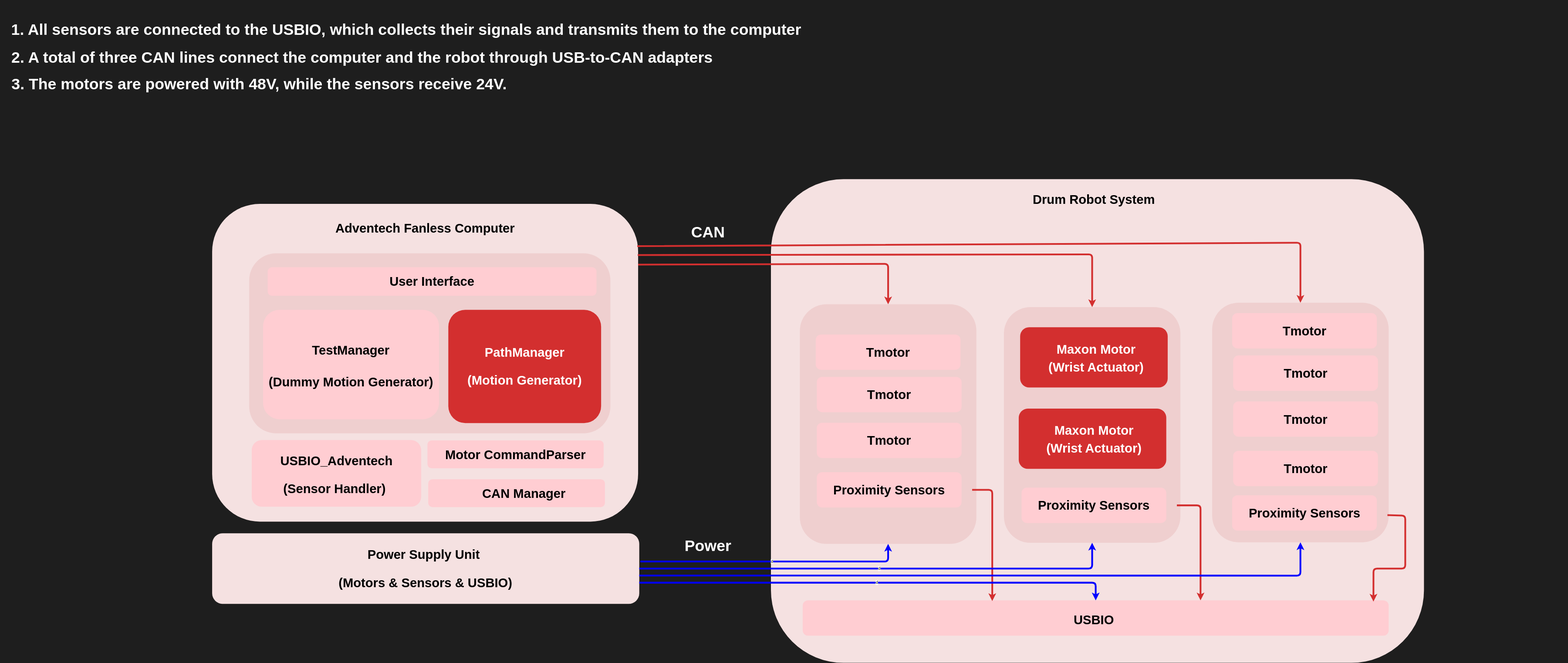
Earlier version of the draw.io export doc/svg/system_architecture.svg (KIST-delight-robotics/DrumRobot2). Source tidied: cells renumbered, new cells last; positions are measured from the earlier drawing's top-left corner, leaving out a move shared by most shapes.
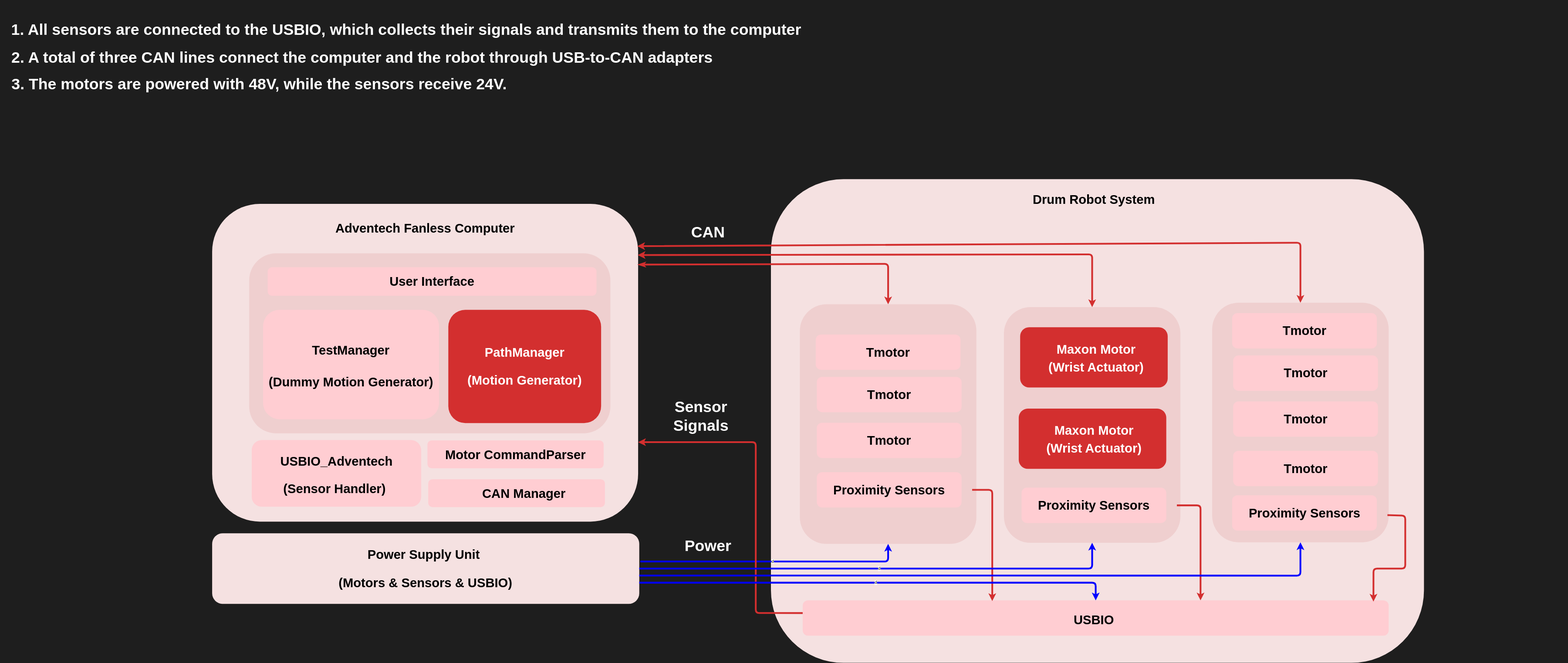
Later version of the same file.

Diff of the diagram source:
```diff
@@ -257,7 +257,7 @@
     <mxCell id="79" value="&lt;h1&gt;&lt;font style=&quot;color: rgb(255, 255, 255);&quot;&gt;(Motion Generator)&lt;/font&gt;&lt;/h1&gt;" style="text;html=1;align=center;verticalAlign=middle;whiteSpace=wrap;rounded=0;fontFamily=Helvetica;fontSize=18;fontColor=#FFFFFF;fillColor=none;labelBackgroundColor=none;labelBorderColor=none;textShadow=0;" parent="54" vertex="1">
       <mxGeometry x="657.1" y="317" width="456.8" height="100" as="geometry" />
     </mxCell>
-    <mxCell id="80" style="endArrow=classic;html=1;exitX=0.999;exitY=0.161;exitDx=0;exitDy=0;exitPerimeter=0;entryX=0.5;entryY=0;entryDx=0;entryDy=0;strokeWidth=5;strokeColor=light-dark(#d32f2f, #ededed);" parent="54" edge="1" target="9">
+    <mxCell id="80" style="endArrow=classic;html=1;exitX=0.999;exitY=0.161;exitDx=0;exitDy=0;exitPerimeter=0;entryX=0.5;entryY=0;entryDx=0;entryDy=0;strokeWidth=5;strokeColor=light-dark(#d32f2f, #ededed);startArrow=classicThin;startFill=1;" parent="54" edge="1" target="9">
       <mxGeometry relative="1" as="geometry">
         <mxPoint x="1206.7" y="39" as="sourcePoint" />
         <Array as="points">
@@ -268,14 +268,17 @@
     <mxCell id="81" value="&lt;h1&gt;&lt;font style=&quot;color: rgb(255, 255, 255); font-size: 44px;&quot;&gt;Power&lt;/font&gt;&lt;/h1&gt;" style="text;html=1;align=center;verticalAlign=middle;whiteSpace=wrap;rounded=0;fontFamily=Helvetica;fontSize=18;fontColor=default;" parent="54" vertex="1">
       <mxGeometry x="1300" y="798" width="210" height="76.2" as="geometry" />
     </mxCell>
+    <mxCell id="96" value="&lt;h1&gt;&lt;font style=&quot;color: rgb(255, 255, 255); font-size: 44px;&quot;&gt;Sensor Signals&lt;/font&gt;&lt;/h1&gt;" style="text;html=1;align=center;verticalAlign=middle;whiteSpace=wrap;rounded=0;fontFamily=Helvetica;fontSize=18;fontColor=default;" parent="54" vertex="1">
+      <mxGeometry x="1280" y="430" width="210" height="76.2" as="geometry" />
+    </mxCell>
-    <mxCell id="82" style="endArrow=classic;html=1;exitX=0.998;exitY=0.133;exitDx=0;exitDy=0;exitPerimeter=0;entryX=0.5;entryY=0;entryDx=0;entryDy=0;strokeWidth=5;strokeColor=light-dark(#d32f2f, #ededed);" parent="2" edge="1" source="55" target="27">
+    <mxCell id="82" style="endArrow=classic;html=1;exitX=0.998;exitY=0.133;exitDx=0;exitDy=0;exitPerimeter=0;entryX=0.5;entryY=0;entryDx=0;entryDy=0;strokeWidth=5;strokeColor=light-dark(#d32f2f, #ededed);startArrow=classic;startFill=1;" parent="2" edge="1" source="55" target="27">
       <mxGeometry relative="1" as="geometry">
         <Array as="points">
           <mxPoint x="3523" y="277" />
         </Array>
       </mxGeometry>
     </mxCell>
-    <mxCell id="83" style="endArrow=classic;html=1;exitX=0.999;exitY=0.161;exitDx=0;exitDy=0;exitPerimeter=0;entryX=0.5;entryY=0;entryDx=0;entryDy=0;strokeWidth=5;strokeColor=light-dark(#d32f2f, #ededed);" parent="2" edge="1" source="55" target="5">
+    <mxCell id="83" style="endArrow=classic;html=1;exitX=0.999;exitY=0.161;exitDx=0;exitDy=0;exitPerimeter=0;entryX=0.5;entryY=0;entryDx=0;entryDy=0;strokeWidth=5;strokeColor=light-dark(#d32f2f, #ededed);startArrow=classic;startFill=1;" parent="2" edge="1" source="55" target="5">
       <mxGeometry relative="1" as="geometry">
         <Array as="points">
           <mxPoint x="2933" y="310" />
@@ -285,6 +288,14 @@
     <mxCell id="84" value="&lt;h1&gt;&lt;font style=&quot;color: rgb(255, 255, 255); font-size: 44px;&quot;&gt;CAN&lt;/font&gt;&lt;/h1&gt;" style="text;html=1;align=center;verticalAlign=middle;whiteSpace=wrap;rounded=0;fontFamily=Helvetica;fontSize=18;fontColor=default;" parent="2" vertex="1">
       <mxGeometry x="1740" y="210" width="210" height="76.2" as="geometry" />
     </mxCell>
+    <mxCell id="97" style="endArrow=classic;html=1;exitX=0;exitY=0.25;exitDx=0;exitDy=0;strokeWidth=5;strokeColor=light-dark(#d32f2f, #ededed);entryX=1;entryY=0.75;entryDx=0;entryDy=0;" parent="2" edge="1" source="49" target="55">
+      <mxGeometry relative="1" as="geometry">
+        <Array as="points">
+          <mxPoint x="1980" y="1326" />
+          <mxPoint x="1980" y="842" />
+        </Array>
+      </mxGeometry>
+    </mxCell>
     <mxCell id="85" style="group;" parent="1" vertex="1">
       <mxGeometry x="600" y="1510" width="1210" height="200" as="geometry" />
     </mxCell>
```
